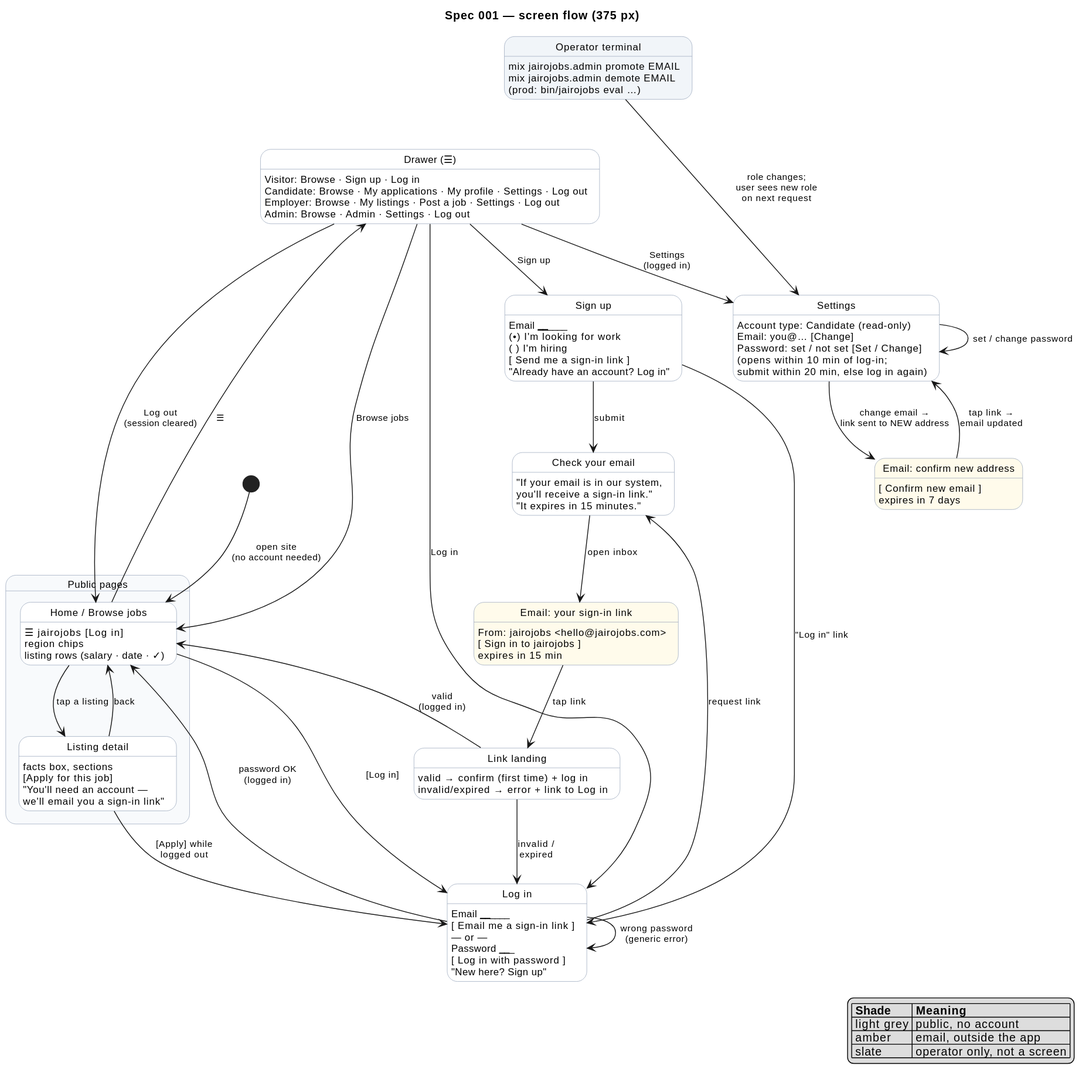
raseniero/jairojobs-elixir keeps this PlantUML diagram as docs/specs/001-accounts-authentication/diagrams/screenflow-auth.svg. Above is the earlier version.
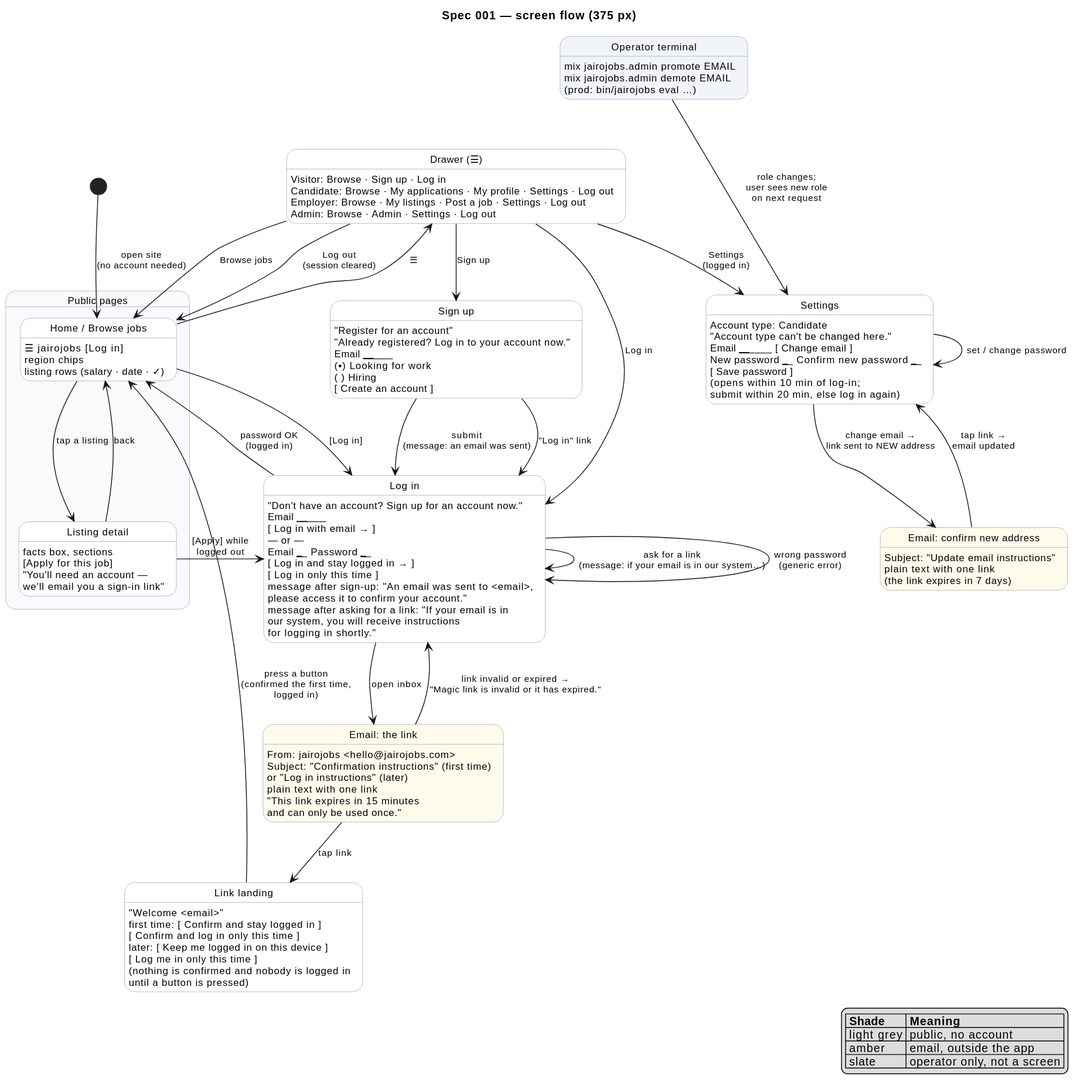
Above is the later version.

Commit message:
docs(spec 001): diagrams brought in line with the built screens; the emailed link is opened and confirmed (REQ-001-3, REQ-001-4)

Diff of the diagram source:
```diff
@@ -33,42 +33,50 @@
 Drawer : Admin: Browse · Admin · Settings · Log out
 
 state "Sign up" as Signup
+Signup : "Register for an account"
+Signup : "Already registered? Log in to your account now."
 Signup : Email ______________
-Signup : (•) I'm looking for work
-Signup : ( ) I'm hiring
-Signup : [ Send me a sign-in link ]
-Signup : "Already have an account? Log in"
+Signup : (•) Looking for work
+Signup : ( ) Hiring
+Signup : [ Create an account ]
 
-state "Check your email" as CheckEmail
-CheckEmail : "If your email is in our system,\nyou'll receive a sign-in link."
-CheckEmail : "It expires in 15 minutes."
-
-state "Email: your sign-in link" as Email <<email>>
+state "Email: the link" as Email <<email>>
 Email : From: jairojobs <hello@jairojobs.com>
-Email : [ Sign in to jairojobs ]
-Email : expires in 15 min
+Email : Subject: "Confirmation instructions" (first time)
+Email : or "Log in instructions" (later)
+Email : plain text with one link
+Email : "This link expires in 15 minutes\nand can only be used once."
 
 state "Link landing" as Landing
-Landing : valid → confirm (first time) + log in
-Landing : invalid/expired → error + link to Log in
+Landing : "Welcome <email>"
+Landing : first time: [ Confirm and stay logged in ]
+Landing : [ Confirm and log in only this time ]
+Landing : later: [ Keep me logged in on this device ]
+Landing : [ Log me in only this time ]
+Landing : (nothing is confirmed and nobody is logged in\nuntil a button is pressed)
 
 state "Log in" as Login
+Login : "Don't have an account? Sign up for an account now."
 Login : Email ______________
-Login : [ Email me a sign-in link ]
+Login : [ Log in with email → ]
 Login : — or —
-Login : Password ___________
-Login : [ Log in with password ]
-Login : "New here? Sign up"
+Login : Email ______  Password ______
+Login : [ Log in and stay logged in → ]
+Login : [ Log in only this time ]
+Login : message after sign-up: "An email was sent to <email>,\nplease access it to confirm your account."
+Login : message after asking for a link: "If your email is in\nour system, you will receive instructions\nfor logging in shortly."
 
 state "Settings" as Settings
-Settings : Account type: Candidate (read-only)
-Settings : Email: you@…  [Change]
-Settings : Password: set / not set  [Set / Change]
+Settings : Account type: Candidate\n"Account type can't be changed here."
+Settings : Email ______________  [ Change email ]
+Settings : New password ______  Confirm new password ______
+Settings : [ Save password ]
 Settings : (opens within 10 min of log-in;\nsubmit within 20 min, else log in again)
 
 state "Email: confirm new address" as EmailChange <<email>>
-EmailChange : [ Confirm new email ]
-EmailChange : expires in 7 days
+EmailChange : Subject: "Update email instructions"
+EmailChange : plain text with one link
+EmailChange : (the link expires in 7 days)
 
 state "Operator terminal" as Terminal <<terminal>>
 Terminal : mix jairojobs.admin promote EMAIL
@@ -82,15 +90,15 @@
 Drawer --> Login : Log in
 Home --> Login : [Log in]
 Detail --> Login : [Apply] while\nlogged out
-Signup --> CheckEmail : submit
+Signup --> Login : submit\n(message: an email was sent)
 Signup --> Login : "Log in" link
-Login --> CheckEmail : request link
+Login --> Login : ask for a link\n(message: if your email is in our system…)
 Login --> Home : password OK\n(logged in)
 Login --> Login : wrong password\n(generic error)
-CheckEmail --> Email : open inbox
+Login --> Email : open inbox
 Email --> Landing : tap link
-Landing --> Home : valid\n(logged in)
-Landing --> Login : invalid /\nexpired
+Landing --> Home : press a button\n(confirmed the first time,\nlogged in)
+Email --> Login : link invalid or expired →\n"Magic link is invalid or it has expired."
 Drawer --> Settings : Settings\n(logged in)
 Settings --> EmailChange : change email →\nlink sent to NEW address
 EmailChange --> Settings : tap link →\nemail updated
```
